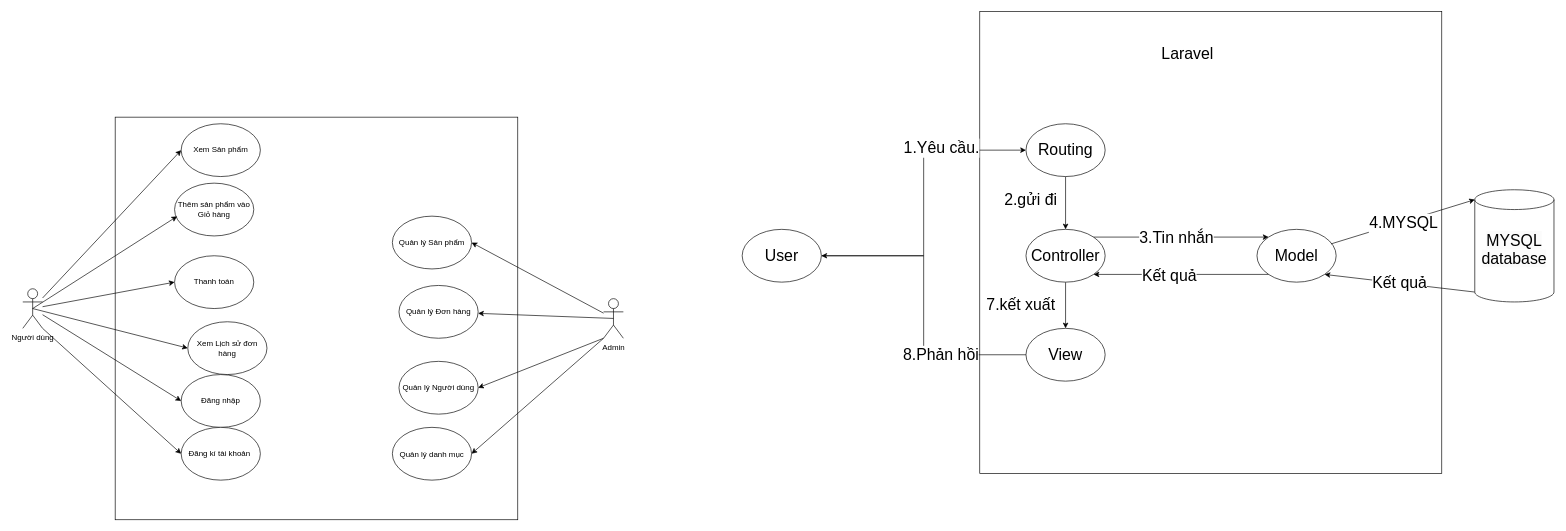
The draw.io diagram Untitled Diagram.drawio in beovan/WEB2041_DuAnMau, before the edit. Source tidied: cells renumbered, new cells numbered last; positions are measured from the earlier drawing's top-left corner, leaving out a move shared by most shapes. Both pictures are drawn from the tidied source at 66%, with x=0, y=0 at pixel (22, 11).
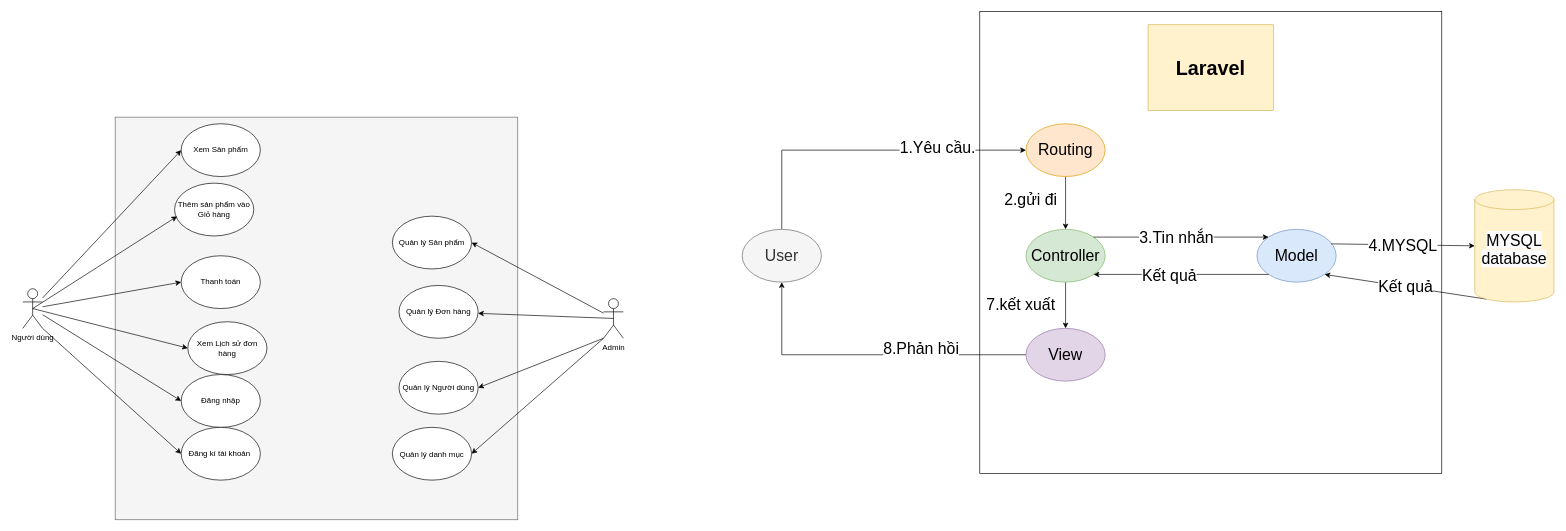
The same diagram, later.

Change to the diagram source:
```diff
@@
-    <mxCell id="2" style="whiteSpace=wrap;html=1;" parent="1" vertex="1">
+    <mxCell id="2" style="whiteSpace=wrap;html=1;fillColor=#f5f5f5;fontColor=#333333;strokeColor=#666666;" parent="1" vertex="1">
       <mxGeometry x="140" y="160" width="610" height="610" as="geometry" />
     </mxCell>
@@
     <mxCell id="7" value="Thanh toán" style="ellipse;whiteSpace=wrap;html=1;" parent="1" vertex="1">
-      <mxGeometry x="230" y="370" width="120" height="80" as="geometry" />
+      <mxGeometry x="240" y="370" width="120" height="80" as="geometry" />
     </mxCell>
@@
-    <mxCell id="11" style="edgeStyle=orthogonalEdgeStyle;rounded=0;jettySize=auto;html=1;entryX=0;entryY=0.5;entryDx=0;entryDy=0;" parent="1" edge="1" source="15" target="17">
+    <mxCell id="11" style="edgeStyle=orthogonalEdgeStyle;rounded=0;jettySize=auto;html=1;entryX=0;entryY=0.5;entryDx=0;entryDy=0;exitX=0.5;exitY=0;exitDx=0;exitDy=0;" parent="1" edge="1" source="15" target="17">
       <mxGeometry relative="1" as="geometry" />
     </mxCell>
@@
-    <mxCell id="13" style="edgeStyle=orthogonalEdgeStyle;rounded=0;jettySize=auto;html=1;exitX=0;exitY=0.5;exitDx=0;exitDy=0;entryX=1;entryY=0.5;entryDx=0;entryDy=0;" parent="1" edge="1" source="18" target="15">
+    <mxCell id="13" style="edgeStyle=orthogonalEdgeStyle;rounded=0;jettySize=auto;html=1;exitX=0;exitY=0.5;exitDx=0;exitDy=0;entryX=0.5;entryY=1;entryDx=0;entryDy=0;" parent="1" edge="1" source="18" target="15">
       <mxGeometry relative="1" as="geometry" />
     </mxCell>
     <mxCell id="14" value="&lt;font style=&quot;font-size: 24px;&quot;&gt;8.Phản hồi&lt;/font&gt;" style="edgeLabel;html=1;align=center;verticalAlign=middle;" parent="13" vertex="1">
       <mxGeometry x="0.48" relative="1" as="geometry">
-        <mxPoint x="60" y="150" as="offset" />
+        <mxPoint x="195" y="-10" as="offset" />
       </mxGeometry>
     </mxCell>
-    <mxCell id="15" value="&lt;span style=&quot;font-size: 24px;&quot;&gt;User&lt;/span&gt;" style="ellipse;whiteSpace=wrap;html=1;" parent="1" vertex="1">
+    <mxCell id="15" value="&lt;span style=&quot;font-size: 24px;&quot;&gt;User&lt;/span&gt;" style="ellipse;whiteSpace=wrap;html=1;fillColor=#f5f5f5;fontColor=#333333;strokeColor=#666666;" parent="1" vertex="1">
       <mxGeometry x="1090" y="330" width="120" height="80" as="geometry" />
     </mxCell>
@@
-    <mxCell id="17" value="&lt;font style=&quot;font-size: 24px;&quot;&gt;Routing&lt;/font&gt;" style="ellipse;whiteSpace=wrap;html=1;" parent="1" vertex="1">
+    <mxCell id="17" value="&lt;font style=&quot;font-size: 24px;&quot;&gt;Routing&lt;/font&gt;" style="ellipse;whiteSpace=wrap;html=1;fillColor=#ffe6cc;strokeColor=#d79b00;" parent="1" vertex="1">
       <mxGeometry x="1520" y="170" width="120" height="80" as="geometry" />
     </mxCell>
-    <mxCell id="18" value="View" style="ellipse;whiteSpace=wrap;html=1;fontSize=24;" parent="1" vertex="1">
+    <mxCell id="18" value="View" style="ellipse;whiteSpace=wrap;html=1;fontSize=24;fillColor=#e1d5e7;strokeColor=#9673a6;" parent="1" vertex="1">
       <mxGeometry x="1520" y="480" width="120" height="80" as="geometry" />
     </mxCell>
@@
-    <mxCell id="20" value="Controller" style="ellipse;whiteSpace=wrap;html=1;fontSize=24;" parent="1" vertex="1">
+    <mxCell id="20" value="Controller" style="ellipse;whiteSpace=wrap;html=1;fontSize=24;fillColor=#d5e8d4;strokeColor=#82b366;" parent="1" vertex="1">
       <mxGeometry x="1520" y="330" width="120" height="80" as="geometry" />
     </mxCell>
-    <mxCell id="21" value="Model" style="ellipse;whiteSpace=wrap;html=1;fontSize=24;" parent="1" vertex="1">
+    <mxCell id="21" value="Model" style="ellipse;whiteSpace=wrap;html=1;fontSize=24;fillColor=#dae8fc;strokeColor=#6c8ebf;" parent="1" vertex="1">
       <mxGeometry x="1870" y="330" width="120" height="80" as="geometry" />
     </mxCell>
@@
-    <mxCell id="26" style="endArrow=classic;html=1;rounded=0;exitX=0.937;exitY=0.275;exitDx=0;exitDy=0;exitPerimeter=0;entryX=0;entryY=0;entryDx=0;entryDy=15;entryPerimeter=0;" parent="1" edge="1" source="21" target="48">
+    <mxCell id="26" style="endArrow=classic;html=1;rounded=0;exitX=0.937;exitY=0.275;exitDx=0;exitDy=0;exitPerimeter=0;entryX=0;entryY=0.5;entryDx=0;entryDy=0;entryPerimeter=0;" parent="1" edge="1" source="21" target="48">
       <mxGeometry relative="1" as="geometry" />
     </mxCell>
@@
-    <mxCell id="28" style="endArrow=classic;html=1;rounded=0;entryX=1;entryY=1;entryDx=0;entryDy=0;exitX=0;exitY=1;exitDx=0;exitDy=-15;exitPerimeter=0;" parent="1" edge="1" source="48" target="21">
+    <mxCell id="28" style="endArrow=classic;html=1;rounded=0;entryX=1;entryY=1;entryDx=0;entryDy=0;exitX=0.145;exitY=1;exitDx=0;exitDy=-4.35;exitPerimeter=0;" parent="1" edge="1" source="48" target="21">
       <mxGeometry relative="1" as="geometry" />
     </mxCell>
@@
-    <mxCell id="30" value="&lt;font style=&quot;font-size: 24px;&quot;&gt;Laravel&lt;/font&gt;" style="text;html=1;strokeColor=none;fillColor=none;align=center;verticalAlign=middle;whiteSpace=wrap;rounded=0;" parent="1" vertex="1">
-      <mxGeometry x="1710" y="50" width="110" height="30" as="geometry" />
+    <mxCell id="30" value="&lt;font style=&quot;font-size: 30px;&quot;&gt;Laravel&lt;/font&gt;" style="text;html=1;strokeColor=#d6b656;fillColor=#fff2cc;align=center;verticalAlign=middle;whiteSpace=wrap;rounded=0;fontStyle=1;" parent="1" vertex="1">
+      <mxGeometry x="1705" y="20" width="190" height="130" as="geometry" />
     </mxCell>
@@
-    <mxCell id="48" value="&#10;&lt;span style=&quot;color: rgb(0, 0, 0); font-family: Helvetica; font-size: 24px; font-style: normal; font-variant-ligatures: normal; font-variant-caps: normal; font-weight: 400; letter-spacing: normal; orphans: 2; text-align: center; text-indent: 0px; text-transform: none; widows: 2; word-spacing: 0px; -webkit-text-stroke-width: 0px; background-color: rgb(251, 251, 251); text-decoration-thickness: initial; text-decoration-style: initial; text-decoration-color: initial; float: none; display: inline !important;&quot;&gt;MYSQL&lt;/span&gt;&lt;br style=&quot;border-color: var(--border-color); color: rgb(0, 0, 0); font-family: Helvetica; font-size: 24px; font-style: normal; font-variant-ligatures: normal; font-variant-caps: normal; font-weight: 400; letter-spacing: normal; orphans: 2; text-align: center; text-indent: 0px; text-transform: none; widows: 2; word-spacing: 0px; -webkit-text-stroke-width: 0px; background-color: rgb(251, 251, 251); text-decoration-thickness: initial; text-decoration-style: initial; text-decoration-color: initial;&quot;&gt;&lt;span style=&quot;color: rgb(0, 0, 0); font-family: Helvetica; font-size: 24px; font-style: normal; font-variant-ligatures: normal; font-variant-caps: normal; font-weight: 400; letter-spacing: normal; orphans: 2; text-align: center; text-indent: 0px; text-transform: none; widows: 2; word-spacing: 0px; -webkit-text-stroke-width: 0px; background-color: rgb(251, 251, 251); text-decoration-thickness: initial; text-decoration-style: initial; text-decoration-color: initial; float: none; display: inline !important;&quot;&gt;database&lt;/span&gt;&#10;&#10;" style="shape=cylinder3;whiteSpace=wrap;html=1;boundedLbl=1;backgroundOutline=1;size=15;" parent="1" vertex="1">
+    <mxCell id="48" value="&#10;&lt;span style=&quot;color: rgb(0, 0, 0); font-family: Helvetica; font-size: 24px; font-style: normal; font-variant-ligatures: normal; font-variant-caps: normal; font-weight: 400; letter-spacing: normal; orphans: 2; text-align: center; text-indent: 0px; text-transform: none; widows: 2; word-spacing: 0px; -webkit-text-stroke-width: 0px; background-color: rgb(251, 251, 251); text-decoration-thickness: initial; text-decoration-style: initial; text-decoration-color: initial; float: none; display: inline !important;&quot;&gt;MYSQL&lt;/span&gt;&lt;br style=&quot;border-color: var(--border-color); color: rgb(0, 0, 0); font-family: Helvetica; font-size: 24px; font-style: normal; font-variant-ligatures: normal; font-variant-caps: normal; font-weight: 400; letter-spacing: normal; orphans: 2; text-align: center; text-indent: 0px; text-transform: none; widows: 2; word-spacing: 0px; -webkit-text-stroke-width: 0px; background-color: rgb(251, 251, 251); text-decoration-thickness: initial; text-decoration-style: initial; text-decoration-color: initial;&quot;&gt;&lt;span style=&quot;color: rgb(0, 0, 0); font-family: Helvetica; font-size: 24px; font-style: normal; font-variant-ligatures: normal; font-variant-caps: normal; font-weight: 400; letter-spacing: normal; orphans: 2; text-align: center; text-indent: 0px; text-transform: none; widows: 2; word-spacing: 0px; -webkit-text-stroke-width: 0px; background-color: rgb(251, 251, 251); text-decoration-thickness: initial; text-decoration-style: initial; text-decoration-color: initial; float: none; display: inline !important;&quot;&gt;database&lt;/span&gt;&#10;&#10;" style="shape=cylinder3;whiteSpace=wrap;html=1;boundedLbl=1;backgroundOutline=1;size=15;fillColor=#fff2cc;strokeColor=#d6b656;" parent="1" vertex="1">
       <mxGeometry x="2200" y="270" width="120" height="170" as="geometry" />
     </mxCell>
```
